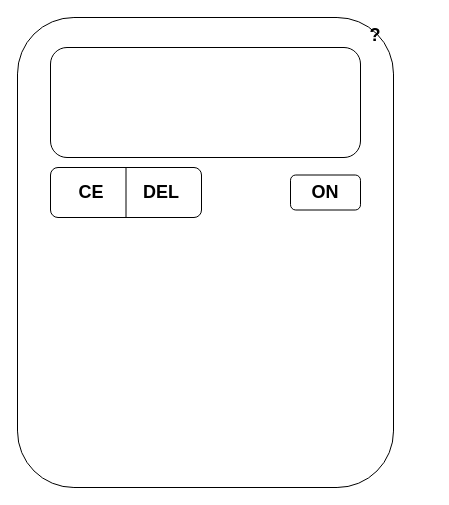
The draw.io diagram prototype.drawio in taiyo-harenohi/IUS, before the edit. Source tidied: cells renumbered, new cells numbered last; positions are measured from the earlier drawing's top-left corner, leaving out a move shared by most shapes. Both pictures are drawn from the tidied source at 100%, with x=0, y=0 at pixel (17, 17).
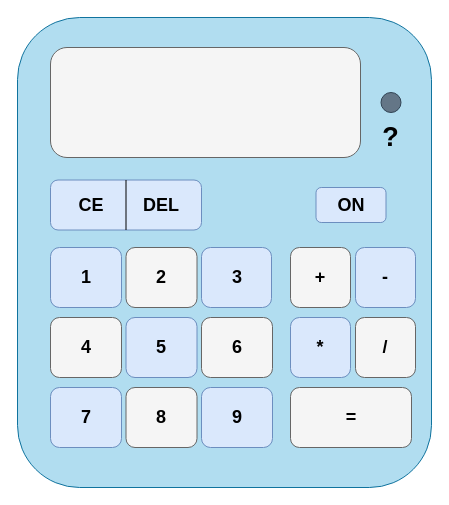
The same diagram, later.

Change to the diagram source:
```diff
@@
-    <mxCell id="2" style="rounded=1;whiteSpace=wrap;html=1;" parent="1" vertex="1">
-      <mxGeometry width="376" height="470" as="geometry" />
+    <mxCell id="2" style="rounded=1;whiteSpace=wrap;html=1;fillColor=#b1ddf0;strokeColor=#10739e;" parent="1" vertex="1">
+      <mxGeometry width="414" height="470" as="geometry" />
     </mxCell>
-    <mxCell id="3" style="rounded=1;whiteSpace=wrap;html=1;" parent="1" vertex="1">
+    <mxCell id="3" style="rounded=1;whiteSpace=wrap;html=1;fillColor=#f5f5f5;strokeColor=#666666;fontColor=#333333;" parent="1" vertex="1">
       <mxGeometry x="33" y="30" width="310" height="110" as="geometry" />
     </mxCell>
-    <mxCell id="4" style="rounded=1;whiteSpace=wrap;html=1;" parent="1" vertex="1">
-      <mxGeometry x="33" y="150" width="151" height="50" as="geometry" />
+    <mxCell id="4" style="rounded=1;whiteSpace=wrap;html=1;fillColor=#dae8fc;strokeColor=#6c8ebf;" parent="1" vertex="1">
+      <mxGeometry x="33" y="162.5" width="151" height="50" as="geometry" />
     </mxCell>
@@
     <mxCell id="6" value="&lt;b&gt;&lt;font style=&quot;font-size: 18px&quot;&gt;CE&lt;/font&gt;&lt;/b&gt;" style="text;html=1;strokeColor=none;fillColor=none;align=center;verticalAlign=middle;whiteSpace=wrap;rounded=0;" parent="1" vertex="1">
-      <mxGeometry x="44" y="162.5" width="60" height="25" as="geometry" />
+      <mxGeometry x="44" y="175" width="60" height="25" as="geometry" />
     </mxCell>
     <mxCell id="7" value="&lt;b&gt;&lt;font style=&quot;font-size: 18px&quot;&gt;DEL&lt;/font&gt;&lt;/b&gt;" style="text;html=1;strokeColor=none;fillColor=none;align=center;verticalAlign=middle;whiteSpace=wrap;rounded=0;" parent="1" vertex="1">
-      <mxGeometry x="114" y="162.5" width="60" height="25" as="geometry" />
+      <mxGeometry x="114" y="175" width="60" height="25" as="geometry" />
     </mxCell>
-    <mxCell id="8" style="rounded=1;whiteSpace=wrap;html=1;" parent="1" vertex="1">
-      <mxGeometry x="273" y="157.5" width="70" height="35" as="geometry" />
+    <mxCell id="8" style="rounded=1;whiteSpace=wrap;html=1;fillColor=#dae8fc;strokeColor=#6c8ebf;" parent="1" vertex="1">
+      <mxGeometry x="298.5" y="170" width="70" height="35" as="geometry" />
     </mxCell>
     <mxCell id="9" value="&lt;b&gt;&lt;font style=&quot;font-size: 18px&quot;&gt;ON&lt;/font&gt;&lt;/b&gt;" style="text;html=1;strokeColor=none;fillColor=none;align=center;verticalAlign=middle;whiteSpace=wrap;rounded=0;" parent="1" vertex="1">
-      <mxGeometry x="278" y="162.5" width="60" height="25" as="geometry" />
+      <mxGeometry x="303.5" y="175" width="60" height="25" as="geometry" />
     </mxCell>
-    <mxCell id="10" value="&lt;span style=&quot;font-size: 18px&quot;&gt;&lt;b&gt;?&lt;/b&gt;&lt;/span&gt;" style="text;html=1;strokeColor=none;fillColor=none;align=center;verticalAlign=middle;whiteSpace=wrap;rounded=0;" parent="1" vertex="1">
-      <mxGeometry x="343" y="5" width="30" height="25" as="geometry" />
+    <mxCell id="10" value="&lt;b&gt;&lt;font style=&quot;font-size: 27px&quot;&gt;?&lt;/font&gt;&lt;/b&gt;" style="text;html=1;strokeColor=none;fillColor=none;align=center;verticalAlign=middle;whiteSpace=wrap;rounded=0;" parent="1" vertex="1">
+      <mxGeometry x="343" y="100" width="61" height="40" as="geometry" />
     </mxCell>
+    <mxCell id="11" style="rounded=1;whiteSpace=wrap;html=1;fillColor=#dae8fc;strokeColor=#6c8ebf;" parent="1" vertex="1">
+      <mxGeometry x="33" y="230" width="71" height="60" as="geometry" />
+    </mxCell>
+    <mxCell id="12" style="rounded=1;whiteSpace=wrap;html=1;fillColor=#f5f5f5;strokeColor=#666666;fontColor=#333333;" parent="1" vertex="1">
+      <mxGeometry x="108.5" y="230" width="71" height="60" as="geometry" />
+    </mxCell>
+    <mxCell id="13" style="rounded=1;whiteSpace=wrap;html=1;fillColor=#dae8fc;strokeColor=#6c8ebf;" parent="1" vertex="1">
+      <mxGeometry x="184" y="230" width="70" height="60" as="geometry" />
+    </mxCell>
+    <mxCell id="14" style="rounded=1;whiteSpace=wrap;html=1;fillColor=#f5f5f5;strokeColor=#666666;fontColor=#333333;" parent="1" vertex="1">
+      <mxGeometry x="33" y="300" width="71" height="60" as="geometry" />
+    </mxCell>
+    <mxCell id="15" style="rounded=1;whiteSpace=wrap;html=1;fillColor=#dae8fc;strokeColor=#6c8ebf;" parent="1" vertex="1">
+      <mxGeometry x="108.5" y="300" width="71" height="60" as="geometry" />
+    </mxCell>
+    <mxCell id="16" style="rounded=1;whiteSpace=wrap;html=1;fillColor=#f5f5f5;strokeColor=#666666;fontColor=#333333;" parent="1" vertex="1">
+      <mxGeometry x="184" y="300" width="71" height="60" as="geometry" />
+    </mxCell>
+    <mxCell id="17" style="rounded=1;whiteSpace=wrap;html=1;fillColor=#dae8fc;strokeColor=#6c8ebf;" parent="1" vertex="1">
+      <mxGeometry x="33" y="370" width="71" height="60" as="geometry" />
+    </mxCell>
+    <mxCell id="18" style="rounded=1;whiteSpace=wrap;html=1;fillColor=#f5f5f5;strokeColor=#666666;fontColor=#333333;" parent="1" vertex="1">
+      <mxGeometry x="108.5" y="370" width="71" height="60" as="geometry" />
+    </mxCell>
+    <mxCell id="19" style="rounded=1;whiteSpace=wrap;html=1;fillColor=#dae8fc;strokeColor=#6c8ebf;" parent="1" vertex="1">
+      <mxGeometry x="184" y="370" width="71" height="60" as="geometry" />
+    </mxCell>
+    <mxCell id="20" value="&lt;b&gt;&lt;font style=&quot;font-size: 18px&quot;&gt;1&lt;/font&gt;&lt;/b&gt;" style="text;html=1;strokeColor=none;fillColor=none;align=center;verticalAlign=middle;whiteSpace=wrap;rounded=0;" parent="1" vertex="1">
+      <mxGeometry x="38.5" y="247.5" width="60" height="25" as="geometry" />
+    </mxCell>
+    <mxCell id="21" value="&lt;b&gt;&lt;font style=&quot;font-size: 18px&quot;&gt;2&lt;/font&gt;&lt;/b&gt;" style="text;html=1;strokeColor=none;fillColor=none;align=center;verticalAlign=middle;whiteSpace=wrap;rounded=0;" parent="1" vertex="1">
+      <mxGeometry x="114" y="247.5" width="60" height="25" as="geometry" />
+    </mxCell>
+    <mxCell id="22" value="&lt;b&gt;&lt;font style=&quot;font-size: 18px&quot;&gt;3&lt;/font&gt;&lt;/b&gt;" style="text;html=1;strokeColor=none;fillColor=none;align=center;verticalAlign=middle;whiteSpace=wrap;rounded=0;" parent="1" vertex="1">
+      <mxGeometry x="189.5" y="247.5" width="60" height="25" as="geometry" />
+    </mxCell>
+    <mxCell id="23" value="&lt;b&gt;&lt;font style=&quot;font-size: 18px&quot;&gt;4&lt;/font&gt;&lt;/b&gt;" style="text;html=1;strokeColor=none;fillColor=none;align=center;verticalAlign=middle;whiteSpace=wrap;rounded=0;" parent="1" vertex="1">
+      <mxGeometry x="38.5" y="317.5" width="60" height="25" as="geometry" />
+    </mxCell>
+    <mxCell id="24" value="&lt;b&gt;&lt;font style=&quot;font-size: 18px&quot;&gt;5&lt;/font&gt;&lt;/b&gt;" style="text;html=1;strokeColor=none;fillColor=none;align=center;verticalAlign=middle;whiteSpace=wrap;rounded=0;" parent="1" vertex="1">
+      <mxGeometry x="114" y="317.5" width="60" height="25" as="geometry" />
+    </mxCell>
+    <mxCell id="25" value="&lt;b&gt;&lt;font style=&quot;font-size: 18px&quot;&gt;6&lt;/font&gt;&lt;/b&gt;" style="text;html=1;strokeColor=none;fillColor=none;align=center;verticalAlign=middle;whiteSpace=wrap;rounded=0;" parent="1" vertex="1">
+      <mxGeometry x="189.5" y="317.5" width="60" height="25" as="geometry" />
+    </mxCell>
+    <mxCell id="26" value="&lt;b&gt;&lt;font style=&quot;font-size: 18px&quot;&gt;7&lt;/font&gt;&lt;/b&gt;" style="text;html=1;strokeColor=none;fillColor=none;align=center;verticalAlign=middle;whiteSpace=wrap;rounded=0;" parent="1" vertex="1">
+      <mxGeometry x="38.5" y="387.5" width="60" height="25" as="geometry" />
+    </mxCell>
+    <mxCell id="27" value="&lt;b&gt;&lt;font style=&quot;font-size: 18px&quot;&gt;8&lt;/font&gt;&lt;/b&gt;" style="text;html=1;strokeColor=none;fillColor=none;align=center;verticalAlign=middle;whiteSpace=wrap;rounded=0;" parent="1" vertex="1">
+      <mxGeometry x="114" y="387.5" width="60" height="25" as="geometry" />
+    </mxCell>
+    <mxCell id="28" value="&lt;b&gt;&lt;font style=&quot;font-size: 18px&quot;&gt;9&lt;/font&gt;&lt;/b&gt;" style="text;html=1;strokeColor=none;fillColor=none;align=center;verticalAlign=middle;whiteSpace=wrap;rounded=0;" parent="1" vertex="1">
+      <mxGeometry x="189.5" y="387.5" width="60" height="25" as="geometry" />
+    </mxCell>
+    <mxCell id="29" style="rounded=1;whiteSpace=wrap;html=1;fillColor=#f5f5f5;strokeColor=#666666;fontColor=#333333;" parent="1" vertex="1">
+      <mxGeometry x="273" y="230" width="60" height="60" as="geometry" />
+    </mxCell>
+    <mxCell id="30" style="rounded=1;whiteSpace=wrap;html=1;fillColor=#dae8fc;strokeColor=#6c8ebf;" parent="1" vertex="1">
+      <mxGeometry x="338" y="230" width="60" height="60" as="geometry" />
+    </mxCell>
+    <mxCell id="31" style="rounded=1;whiteSpace=wrap;html=1;fillColor=#dae8fc;strokeColor=#6c8ebf;" parent="1" vertex="1">
+      <mxGeometry x="273" y="300" width="60" height="60" as="geometry" />
+    </mxCell>
+    <mxCell id="32" style="rounded=1;whiteSpace=wrap;html=1;fillColor=#f5f5f5;strokeColor=#666666;fontColor=#333333;" parent="1" vertex="1">
+      <mxGeometry x="338" y="300" width="60" height="60" as="geometry" />
+    </mxCell>
+    <mxCell id="33" style="rounded=1;whiteSpace=wrap;html=1;fillColor=#f5f5f5;strokeColor=#666666;fontColor=#333333;" parent="1" vertex="1">
+      <mxGeometry x="273" y="370" width="121" height="60" as="geometry" />
+    </mxCell>
+    <mxCell id="34" style="ellipse;whiteSpace=wrap;html=1;rounded=1;fillColor=#647687;strokeColor=#314354;fontColor=#ffffff;" parent="1" vertex="1">
+      <mxGeometry x="363.5" y="75" width="20" height="20" as="geometry" />
+    </mxCell>
+    <mxCell id="35" value="&lt;b&gt;&lt;font style=&quot;font-size: 18px&quot;&gt;+&lt;/font&gt;&lt;/b&gt;" style="text;html=1;strokeColor=none;fillColor=none;align=center;verticalAlign=middle;whiteSpace=wrap;rounded=0;" parent="1" vertex="1">
+      <mxGeometry x="273" y="247.5" width="60" height="25" as="geometry" />
+    </mxCell>
+    <mxCell id="36" value="&lt;b&gt;&lt;font style=&quot;font-size: 18px&quot;&gt;-&lt;/font&gt;&lt;/b&gt;" style="text;html=1;strokeColor=none;fillColor=none;align=center;verticalAlign=middle;whiteSpace=wrap;rounded=0;" parent="1" vertex="1">
+      <mxGeometry x="338" y="247.5" width="60" height="25" as="geometry" />
+    </mxCell>
+    <mxCell id="37" value="&lt;b&gt;&lt;font style=&quot;font-size: 18px&quot;&gt;*&lt;/font&gt;&lt;/b&gt;" style="text;html=1;strokeColor=none;fillColor=none;align=center;verticalAlign=middle;whiteSpace=wrap;rounded=0;" parent="1" vertex="1">
+      <mxGeometry x="273" y="317.5" width="60" height="25" as="geometry" />
+    </mxCell>
+    <mxCell id="38" value="&lt;b&gt;&lt;font style=&quot;font-size: 18px&quot;&gt;/&lt;/font&gt;&lt;/b&gt;" style="text;html=1;strokeColor=none;fillColor=none;align=center;verticalAlign=middle;whiteSpace=wrap;rounded=0;" parent="1" vertex="1">
+      <mxGeometry x="338" y="317.5" width="60" height="25" as="geometry" />
+    </mxCell>
+    <mxCell id="39" value="&lt;span style=&quot;font-size: 18px&quot;&gt;&lt;b&gt;=&lt;/b&gt;&lt;/span&gt;" style="text;html=1;strokeColor=none;fillColor=none;align=center;verticalAlign=middle;whiteSpace=wrap;rounded=0;" parent="1" vertex="1">
+      <mxGeometry x="303.5" y="387.5" width="60" height="25" as="geometry" />
+    </mxCell>
```
